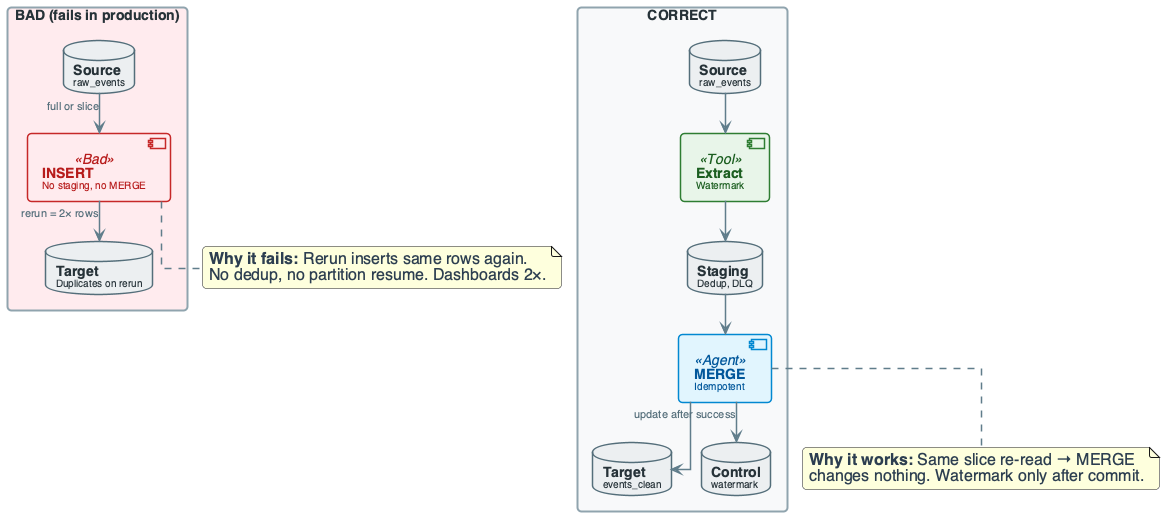
Earlier version of the PlantUML export diagrams/week04/week4_lecture_bad_architecture.png (OrPerets/data-engineering-course).
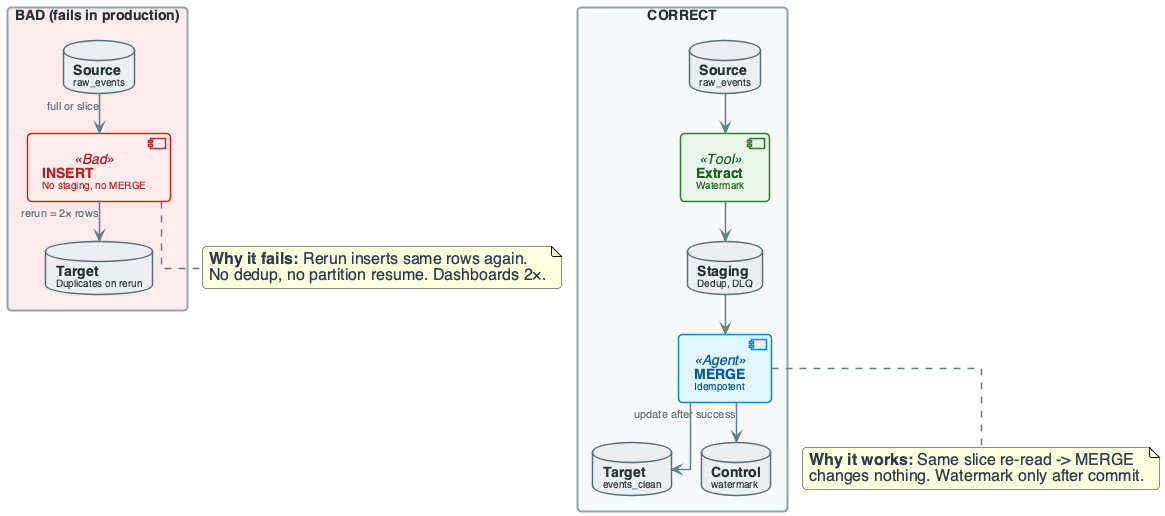
Later version of the same file.

Diff of the diagram source:
```diff
@@ -8,7 +8,7 @@
 skinparam nodesep 30
 skinparam ranksep 40
 
-skinparam defaultFontName "Segoe UI", "Helvetica", sans-serif
+skinparam defaultFontName "Segoe UI, Helvetica, sans-serif"
 skinparam defaultFontSize 16
 skinparam defaultFontColor #2C3E50
 
@@ -21,6 +21,7 @@
     FontStyle bold
     Padding 20
 }
+
 skinparam component {
     BackgroundColor #FFFFFF
     BorderColor #78909C
@@ -28,6 +29,7 @@
     FontSize 14
     Padding 12
 }
+
 skinparam database {
     BackgroundColor #ECEFF1
     BorderColor #546E7A
@@ -35,6 +37,7 @@
     FontSize 14
     FontColor #263238
 }
+
 skinparam arrow {
     Color #607D8B
     Thickness 1.5
@@ -42,20 +45,76 @@
     FontColor #546E7A
 }
 
+skinparam component<<UI>> {
+    BorderColor #8E24AA
+    BackgroundColor #F3E5F5
+    FontColor #4A148C
+}
+
+skinparam component<<Agent>> {
+    BorderColor #0288D1
+    BackgroundColor #E1F5FE
+    FontColor #01579B
+}
+
+skinparam component<<Tool>> {
+    BorderColor #2E7D32
+    BackgroundColor #E8F5E9
+    FontColor #1B5E20
+}
+
+skinparam component<<Config>> {
+    BorderColor #F57C00
+    BackgroundColor #FFF3E0
+    FontColor #E65100
+}
+
 skinparam component<<Bad>> {
     BorderColor #C62828
     BackgroundColor #FFEBEE
     FontColor #B71C1C
 }
-skinparam component<<Tool>> {
+
+skinparam component<<V1>> {
+    BorderColor #F57C00
+    BackgroundColor #FFF3E0
+    FontColor #E65100
+}
+
+skinparam component<<V2>> {
     BorderColor #2E7D32
     BackgroundColor #E8F5E9
     FontColor #1B5E20
 }
-skinparam component<<Agent>> {
-    BorderColor #0288D1
-    BackgroundColor #E1F5FE
-    FontColor #01579B
+
+skinparam component<<up>> {
+    BackgroundColor #E8F5E9
+    BorderColor #2E7D32
+}
+
+skinparam component<<down>> {
+    BackgroundColor #FFEBEE
+    BorderColor #C62828
+}
+
+skinparam database<<up>> {
+    BackgroundColor #E8F5E9
+    BorderColor #2E7D32
+}
+
+skinparam database<<down>> {
+    BackgroundColor #FFEBEE
+    BorderColor #C62828
+}
+
+skinparam component<<success>> {
+    BackgroundColor #E8F5E9
+    BorderColor #2E7D32
+}
+
+skinparam component<<failure>> {
+    BackgroundColor #FFEBEE
+    BorderColor #C62828
 }
 
 
@@ -87,7 +146,7 @@
 end note
 
 note bottom of MERGE
-  **Why it works:** Same slice re-read → MERGE
+  **Why it works:** Same slice re-read -> MERGE
   changes nothing. Watermark only after commit.
 end note
 
```
